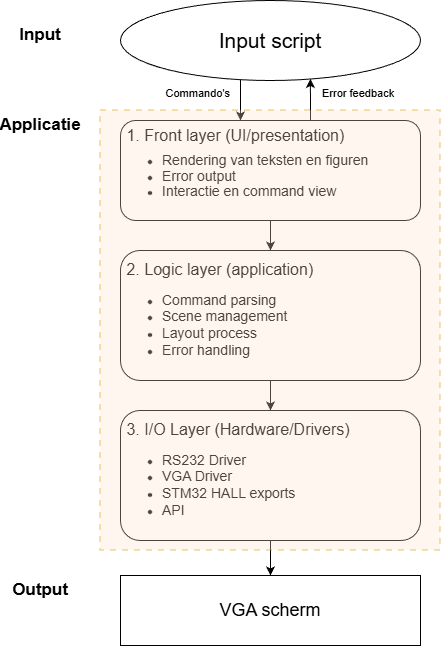
Earlier version of the draw.io export 3lagenmodel.drawio.png (JorisMu/VESOFTEN). Source tidied: cells renumbered, new cells last; positions are measured from the earlier drawing's top-left corner, leaving out a move shared by most shapes.
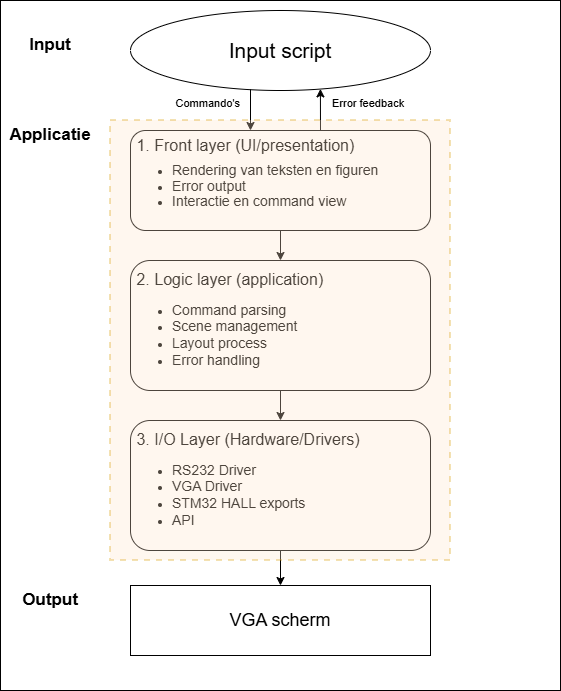
The same file after the commit.

Commit message:
Add background to 3lagenmodel

The edit, as a diff of the source:
```diff
@@ -2,6 +2,9 @@
   <root>
     <mxCell id="0" />
     <mxCell id="1" parent="0" />
+    <mxCell id="18" style="rounded=0;whiteSpace=wrap;html=1;" parent="1" vertex="1">
+      <mxGeometry x="-20" y="-10" width="560" height="690" as="geometry" />
+    </mxCell>
     <mxCell id="2" style="edgeStyle=orthogonalEdgeStyle;rounded=0;jettySize=auto;html=1;" parent="1" edge="1" source="3" target="5">
       <mxGeometry relative="1" as="geometry" />
     </mxCell>
```
